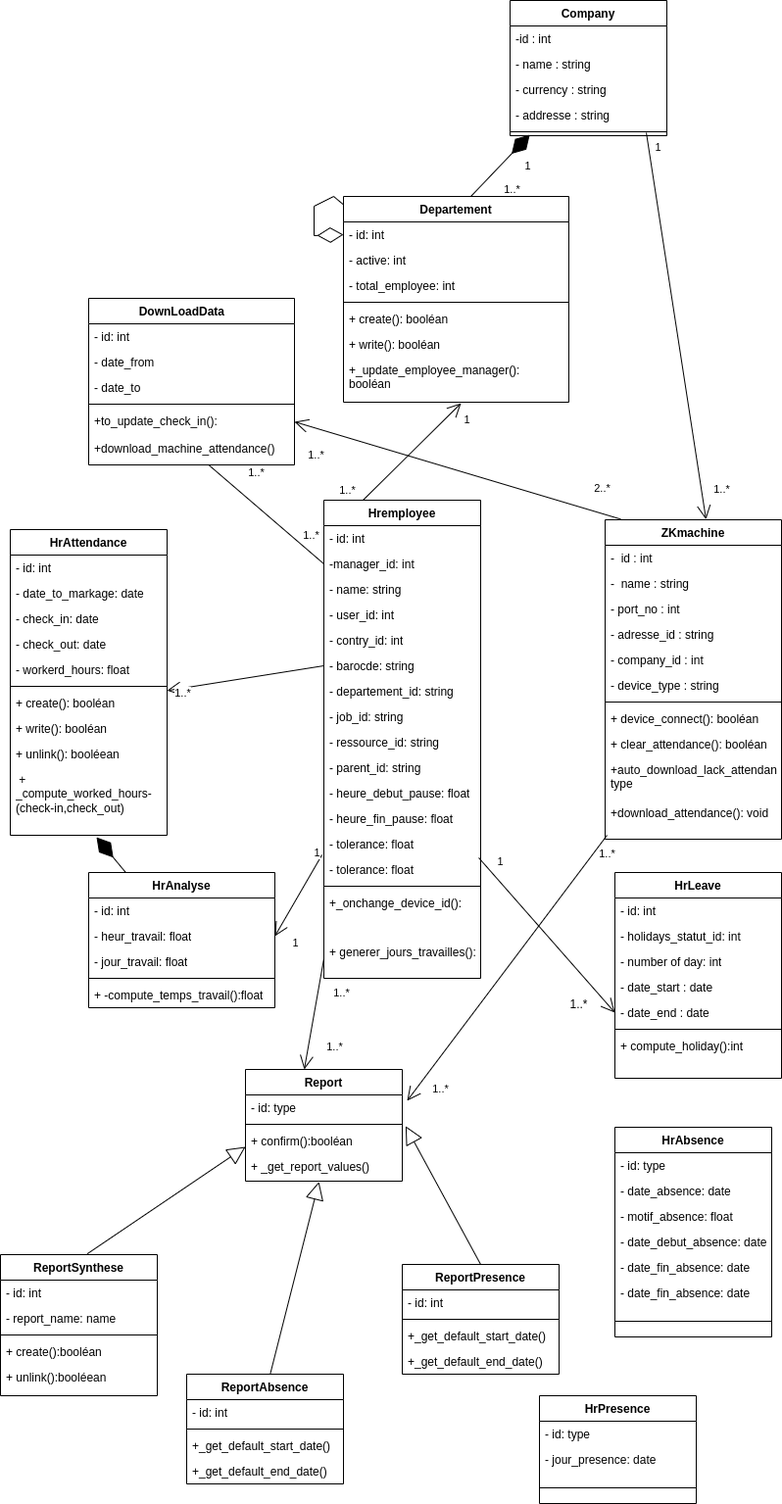
The draw.io diagram static/Diagramme de classe.drawio.png in Siluearsene/borne_biometrique, before a commit. Source tidied: cells renumbered, new cells last; positions are measured from the earlier drawing's top-left corner, leaving out a move shared by most shapes.
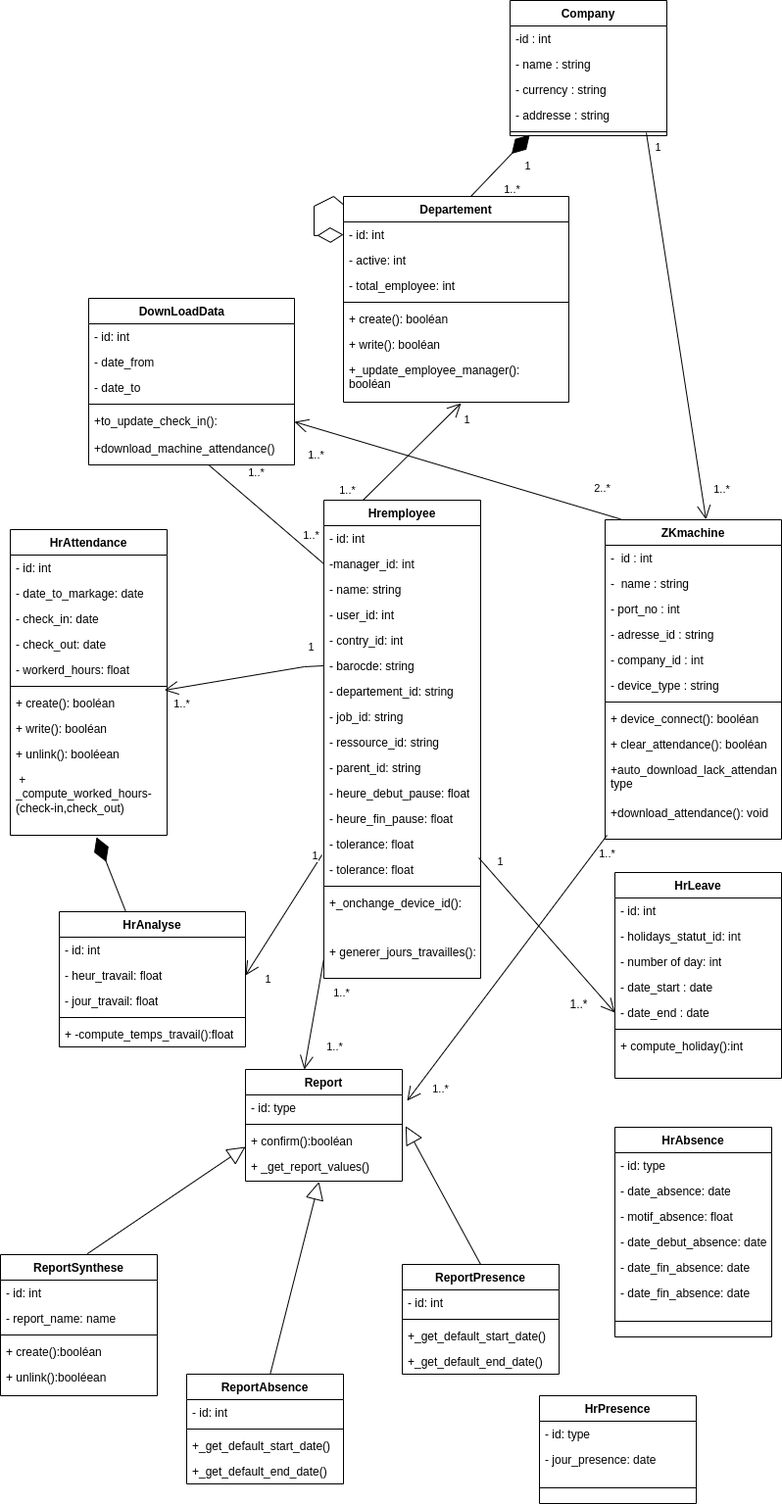
After the change.

Commit message:
Mettre à jour Diagramme de classe.drawio.png

What changed in the source:
```diff
@@ -87,7 +87,7 @@
       <mxGeometry y="164" width="170" height="46" as="geometry" />
     </mxCell>
     <mxCell id="30" value="HrAnalyse" style="swimlane;fontStyle=1;align=center;verticalAlign=top;horizontal=1;startSize=26;whiteSpace=wrap;html=1;" parent="1" vertex="1">
-      <mxGeometry x="90" y="890" width="190" height="138" as="geometry" />
+      <mxGeometry x="60" y="930" width="190" height="138" as="geometry" />
     </mxCell>
     <mxCell id="31" value="- id: int" style="text;strokeColor=none;fillColor=none;align=left;verticalAlign=top;spacingLeft=4;spacingRight=4;overflow=hidden;whiteSpace=wrap;html=1;" parent="30" vertex="1">
       <mxGeometry y="26" width="190" height="26" as="geometry" />
@@ -468,12 +468,21 @@
       <mxGeometry y="78" width="160" height="32" as="geometry" />
     </mxCell>
     <mxCell id="143" style="endArrow=open;endFill=1;endSize=12;html=1;rounded=0;exitX=0;exitY=0.5;exitDx=0;exitDy=0;" parent="1" edge="1" source="42" target="61">
-      <mxGeometry relative="1" as="geometry" />
+      <mxGeometry relative="1" as="geometry">
+        <Array as="points">
+          <mxPoint x="310" y="680" />
+        </Array>
+      </mxGeometry>
     </mxCell>
     <mxCell id="144" value="1..*" style="edgeLabel;html=1;align=center;verticalAlign=middle;" parent="143" vertex="1">
       <mxGeometry x="-0.76" y="1" relative="1" as="geometry">
-        <mxPoint x="-126" y="24" as="offset" />
+        <mxPoint x="-126" y="37" as="offset" />
       </mxGeometry>
     </mxCell>
+    <mxCell id="145" value="1" style="edgeLabel;html=1;align=center;verticalAlign=middle;" parent="143" vertex="1">
+      <mxGeometry x="-0.84" y="-1" relative="1" as="geometry">
+        <mxPoint y="-19" as="offset" />
+      </mxGeometry>
+    </mxCell>
   </root>
 </mxGraphModel>
```
